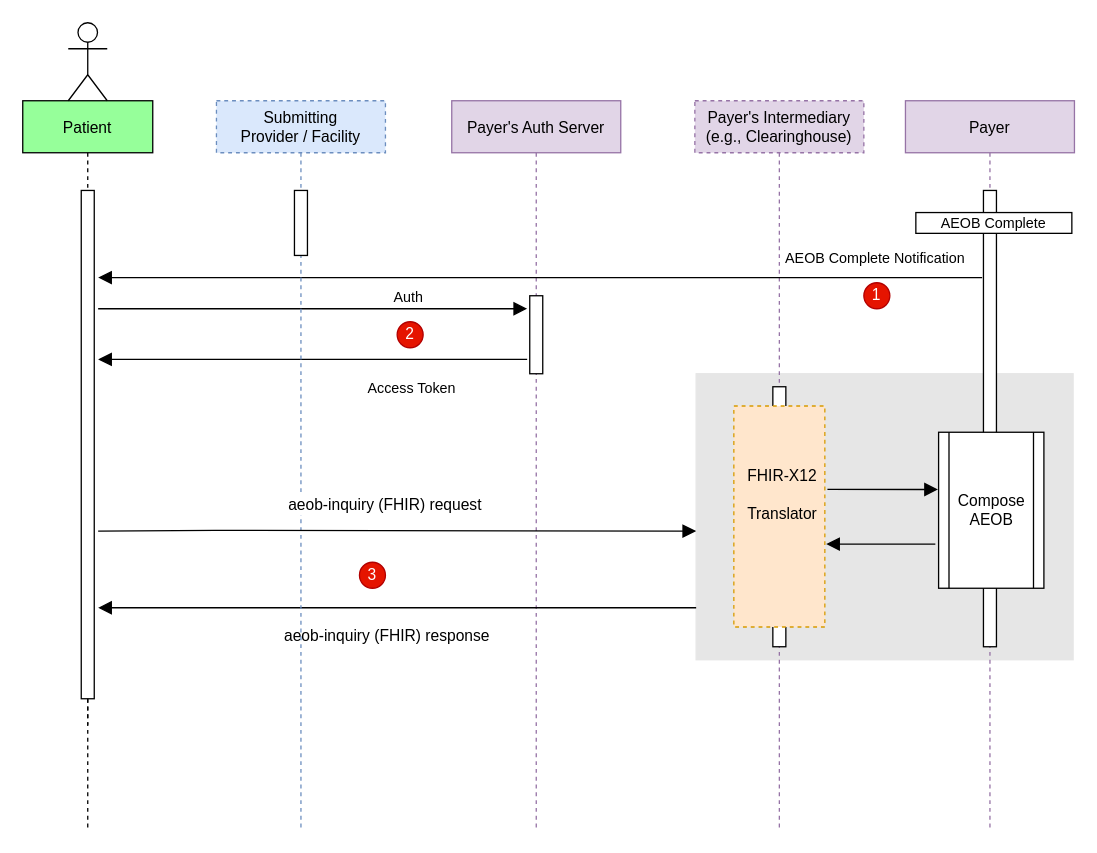
This is input/images/GetAEOB.drawio from HL7/davinci-pct, a draw.io file, before an edit. Source tidied: cells renumbered, new cells numbered last; positions are measured from the earlier drawing's top-left corner, leaving out a move shared by most shapes. Both pictures are drawn from the tidied source at 130%, with x=0, y=0 at pixel (22, 22).
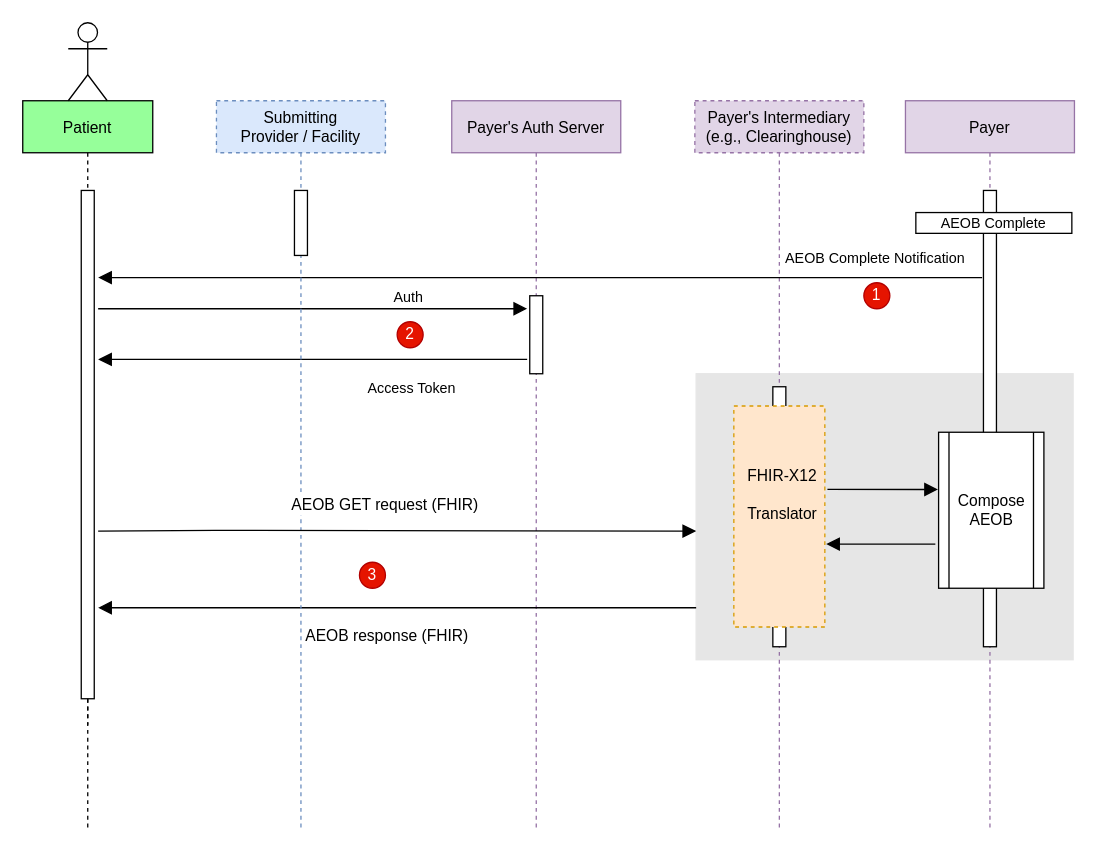
The same diagram, later.

The change refers to these unchanged cells:
```xml
<mxCell id="27" style="verticalAlign=bottom;endArrow=block;shadow=0;strokeWidth=1;labelBackgroundColor=none;endSize=8;" parent="1" edge="1">
  <mxGeometry x="0.02" y="-7" relative="1" as="geometry">
    <mxPoint x="518" y="450" as="sourcePoint" />
    <mxPoint x="58" y="450" as="targetPoint" />
  </mxGeometry>
</mxCell>
```

The edit, as a diff of the source:
```diff
@@
-    <mxCell id="28" value="&lt;span style=&quot;font-size: 12px&quot;&gt;aeob-inquiry (FHIR) response&lt;/span&gt;" style="edgeLabel;html=1;align=center;verticalAlign=bottom;labelPosition=center;verticalLabelPosition=top;" parent="27" vertex="1">
+    <mxCell id="28" value="&lt;span style=&quot;font-size: 12px&quot;&gt;AEOB response (FHIR)&lt;/span&gt;" style="edgeLabel;html=1;align=center;verticalAlign=bottom;labelPosition=center;verticalLabelPosition=top;" parent="27" vertex="1">
       <mxGeometry x="0.32" y="-4" relative="1" as="geometry">
         <mxPoint x="65" y="34" as="offset" />
       </mxGeometry>
     </mxCell>
@@
-    <mxCell id="31" value="aeob-inquiry (FHIR) request" style="verticalAlign=bottom;endArrow=block;shadow=0;strokeWidth=1;endSize=8;fontSize=12;" parent="1" edge="1">
+    <mxCell id="31" value="AEOB GET request (FHIR)" style="verticalAlign=bottom;endArrow=block;shadow=0;strokeWidth=1;endSize=8;fontSize=12;" parent="1" edge="1">
       <mxGeometry x="-0.04" y="10" relative="1" as="geometry">
         <mxPoint x="58" y="391" as="sourcePoint" />
         <mxPoint x="518" y="391" as="targetPoint" />
         <Array as="points">
           <mxPoint x="158" y="390.5" />
         </Array>
       </mxGeometry>
     </mxCell>
```
